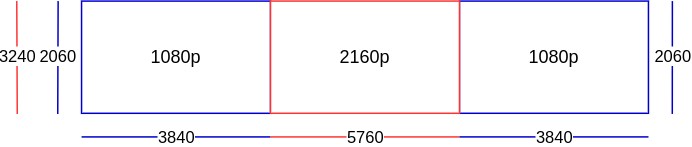
FabiTheGuy/fabitheguy.github.io keeps this draw.io diagram as assets/2024-01-02/scaled_setup.png. Above is the earlier version. Source tidied: cells renumbered, new cells last; positions are measured from the earlier drawing's top-left corner, leaving out a move shared by most shapes. The source it was exported from:
```xml
<mxGraphModel>
  <root>
    <mxCell id="0" />
    <mxCell id="1" parent="0" />
    <mxCell id="2" value="1080p" style="rounded=0;whiteSpace=wrap;html=1;strokeColor=#0000CC;" parent="1" vertex="1">
      <mxGeometry x="42.9" y="0.2" width="126" height="74.8" as="geometry" />
    </mxCell>
    <mxCell id="3" value="1080p" style="rounded=0;whiteSpace=wrap;html=1;strokeColor=#0000CC;" parent="1" vertex="1">
      <mxGeometry x="294.8" y="0.2" width="126" height="74.8" as="geometry" />
    </mxCell>
    <mxCell id="4" value="2160p" style="rounded=0;whiteSpace=wrap;html=1;strokeColor=#FF3333;" parent="1" vertex="1">
      <mxGeometry x="168.8" y="0.2" width="126" height="74.8" as="geometry" />
    </mxCell>
    <mxCell id="5" style="endArrow=none;html=1;rounded=0;strokeColor=#0000CC;" parent="1" edge="1">
      <mxGeometry relative="1" as="geometry">
        <mxPoint x="42.9" y="90.8" as="sourcePoint" />
        <mxPoint x="168.9" y="90.8" as="targetPoint" />
      </mxGeometry>
    </mxCell>
    <mxCell id="6" value="3840" style="edgeLabel;html=1;align=center;verticalAlign=middle;" parent="5" vertex="1">
      <mxGeometry x="-0.08" relative="1" as="geometry">
        <mxPoint x="5" as="offset" />
      </mxGeometry>
    </mxCell>
    <mxCell id="7" style="endArrow=none;html=1;rounded=0;strokeColor=#0000CC;" parent="1" edge="1">
      <mxGeometry relative="1" as="geometry">
        <mxPoint x="27" y="75.5" as="sourcePoint" />
        <mxPoint x="27.2" y="0.2" as="targetPoint" />
      </mxGeometry>
    </mxCell>
    <mxCell id="8" value="2060" style="edgeLabel;html=1;align=center;verticalAlign=middle;" parent="7" vertex="1">
      <mxGeometry x="0.06" relative="1" as="geometry">
        <mxPoint y="1" as="offset" />
      </mxGeometry>
    </mxCell>
    <mxCell id="9" style="endArrow=none;html=1;rounded=0;strokeColor=#FF3333;" parent="1" edge="1">
      <mxGeometry relative="1" as="geometry">
        <mxPoint y="75.5" as="sourcePoint" />
        <mxPoint x="-0.3" y="0.2" as="targetPoint" />
      </mxGeometry>
    </mxCell>
    <mxCell id="10" value="3240" style="edgeLabel;html=1;align=center;verticalAlign=middle;" parent="9" vertex="1">
      <mxGeometry x="0.06" relative="1" as="geometry">
        <mxPoint y="1" as="offset" />
      </mxGeometry>
    </mxCell>
    <mxCell id="11" style="endArrow=none;html=1;rounded=0;strokeColor=#FF3333;" parent="1" edge="1">
      <mxGeometry relative="1" as="geometry">
        <mxPoint x="168.8" y="90.8" as="sourcePoint" />
        <mxPoint x="294.8" y="90.8" as="targetPoint" />
      </mxGeometry>
    </mxCell>
    <mxCell id="12" value="5760" style="edgeLabel;html=1;align=center;verticalAlign=middle;" parent="11" vertex="1">
      <mxGeometry x="-0.04" relative="1" as="geometry">
        <mxPoint x="2" as="offset" />
      </mxGeometry>
    </mxCell>
    <mxCell id="13" style="endArrow=none;html=1;rounded=0;strokeColor=#0000CC;" parent="1" edge="1">
      <mxGeometry relative="1" as="geometry">
        <mxPoint x="294.8" y="90.8" as="sourcePoint" />
        <mxPoint x="420.8" y="90.8" as="targetPoint" />
      </mxGeometry>
    </mxCell>
    <mxCell id="14" value="3840" style="edgeLabel;html=1;align=center;verticalAlign=middle;" parent="13" vertex="1">
      <mxGeometry x="-0.08" relative="1" as="geometry">
        <mxPoint x="5" as="offset" />
      </mxGeometry>
    </mxCell>
    <mxCell id="15" style="endArrow=none;html=1;rounded=0;strokeColor=#0000CC;" parent="1" edge="1">
      <mxGeometry relative="1" as="geometry">
        <mxPoint x="436.7" y="75.5" as="sourcePoint" />
        <mxPoint x="436.8" y="0.2" as="targetPoint" />
      </mxGeometry>
    </mxCell>
    <mxCell id="16" value="2060" style="edgeLabel;html=1;align=center;verticalAlign=middle;" parent="15" vertex="1">
      <mxGeometry x="0.06" relative="1" as="geometry">
        <mxPoint y="1" as="offset" />
      </mxGeometry>
    </mxCell>
  </root>
</mxGraphModel>
```
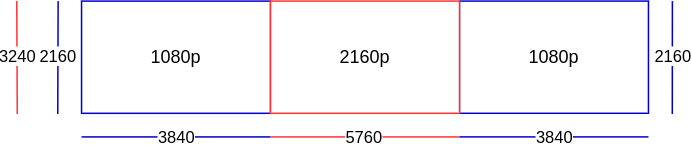
The same diagram one commit later.

Commit message:
edit: fixed image issue in Mixed DPI on X11

Diff of the diagram source:
```diff
@@ -28,7 +28,7 @@
         <mxPoint x="27.2" y="0.2" as="targetPoint" />
       </mxGeometry>
     </mxCell>
-    <mxCell id="8" value="2060" style="edgeLabel;html=1;align=center;verticalAlign=middle;" parent="7" vertex="1">
+    <mxCell id="8" value="2160" style="edgeLabel;html=1;align=center;verticalAlign=middle;" parent="7" vertex="1">
       <mxGeometry x="0.06" relative="1" as="geometry">
         <mxPoint y="1" as="offset" />
       </mxGeometry>
@@ -72,7 +72,7 @@
         <mxPoint x="436.8" y="0.2" as="targetPoint" />
       </mxGeometry>
     </mxCell>
-    <mxCell id="16" value="2060" style="edgeLabel;html=1;align=center;verticalAlign=middle;" parent="15" vertex="1">
+    <mxCell id="16" value="2160" style="edgeLabel;html=1;align=center;verticalAlign=middle;" parent="15" vertex="1">
       <mxGeometry x="0.06" relative="1" as="geometry">
         <mxPoint y="1" as="offset" />
       </mxGeometry>
```
